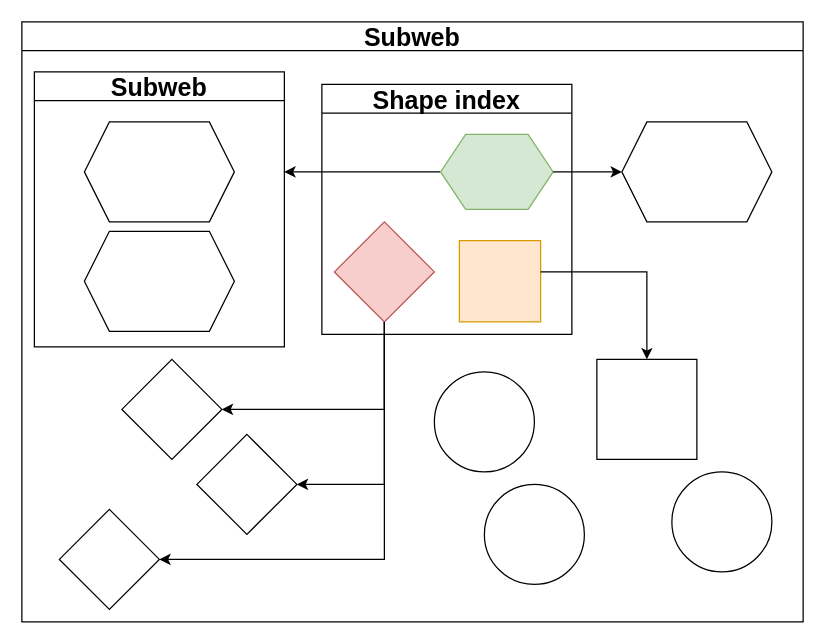
Before: pictures/shape_index.drawio in constraintAutomaton/AMW-shape-index-presentation, a draw.io diagram. Source tidied: cells renumbered, new cells numbered last; positions are measured from the earlier drawing's top-left corner, leaving out a move shared by most shapes. Both pictures are drawn from the tidied source at 125%, with x=0, y=0 at pixel (21, 21).
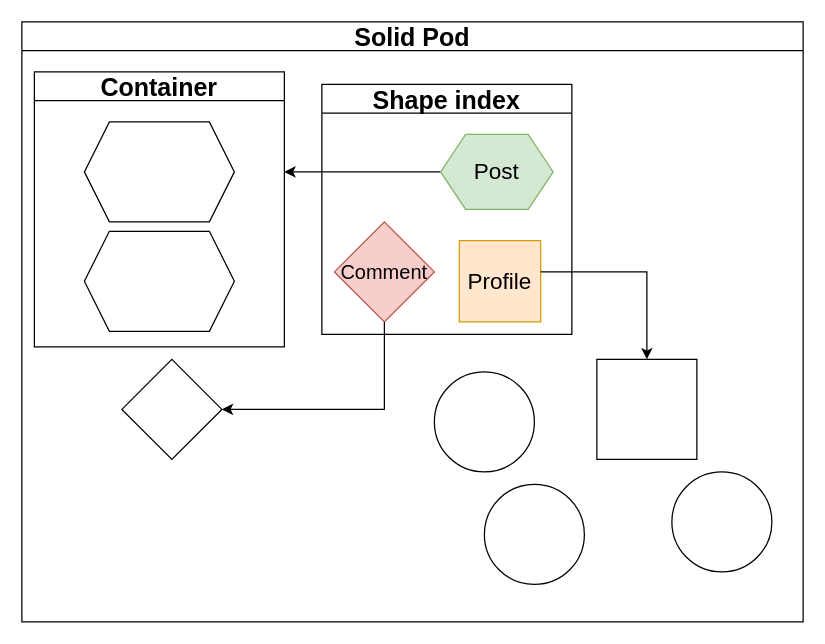
Above is the later version.

Unchanged cells that the change refers to:
```xml
<mxCell id="3" value="&lt;font style=&quot;font-size: 20px;&quot;&gt;Shape index&lt;/font&gt;" style="swimlane;whiteSpace=wrap;html=1;startSize=23;" parent="2" vertex="1">
  <mxGeometry x="240" y="50" width="200" height="200" as="geometry" />
</mxCell>
```

Diff of the diagram source:
```diff
@@
-    <mxCell id="2" value="&lt;font style=&quot;font-size: 20px;&quot;&gt;Subweb&lt;/font&gt;" style="swimlane;whiteSpace=wrap;html=1;" parent="1" vertex="1">
+    <mxCell id="2" value="&lt;font style=&quot;font-size: 20px;&quot;&gt;Solid Pod&lt;/font&gt;" style="swimlane;whiteSpace=wrap;html=1;" parent="1" vertex="1">
       <mxGeometry width="625" height="480" as="geometry" />
     </mxCell>
@@
-    <mxCell id="4" style="rhombus;whiteSpace=wrap;html=1;fillColor=#f8cecc;strokeColor=#b85450;" parent="3" vertex="1">
+    <mxCell id="4" value="&lt;font style=&quot;font-size: 16px;&quot;&gt;Comment&lt;/font&gt;" style="rhombus;whiteSpace=wrap;html=1;fillColor=#f8cecc;strokeColor=#b85450;" parent="3" vertex="1">
       <mxGeometry x="10" y="110" width="80" height="80" as="geometry" />
     </mxCell>
@@
-    <mxCell id="6" style="shape=hexagon;perimeter=hexagonPerimeter2;whiteSpace=wrap;html=1;fixedSize=1;fillColor=#d5e8d4;strokeColor=#82b366;" parent="3" vertex="1">
+    <mxCell id="6" value="&lt;font style=&quot;font-size: 18px;&quot;&gt;Post&lt;/font&gt;" style="shape=hexagon;perimeter=hexagonPerimeter2;whiteSpace=wrap;html=1;fixedSize=1;fillColor=#d5e8d4;strokeColor=#82b366;" parent="3" vertex="1">
       <mxGeometry x="95" y="40" width="90" height="60" as="geometry" />
     </mxCell>
-    <mxCell id="7" style="whiteSpace=wrap;html=1;fillColor=#ffe6cc;strokeColor=#d79b00;" parent="3" vertex="1">
+    <mxCell id="7" value="&lt;font style=&quot;font-size: 18px;&quot;&gt;Profile&lt;/font&gt;" style="whiteSpace=wrap;html=1;fillColor=#ffe6cc;strokeColor=#d79b00;" parent="3" vertex="1">
       <mxGeometry x="110" y="125" width="65" height="65" as="geometry" />
     </mxCell>
-    <mxCell id="8" style="rhombus;whiteSpace=wrap;html=1;" parent="2" vertex="1">
-      <mxGeometry x="30" y="390" width="80" height="80" as="geometry" />
-    </mxCell>
-    <mxCell id="9" style="rhombus;whiteSpace=wrap;html=1;" parent="2" vertex="1">
-      <mxGeometry x="140" y="330" width="80" height="80" as="geometry" />
-    </mxCell>
@@
-    <mxCell id="15" style="shape=hexagon;perimeter=hexagonPerimeter2;whiteSpace=wrap;html=1;fixedSize=1;" parent="2" vertex="1">
-      <mxGeometry x="480" y="80" width="120" height="80" as="geometry" />
-    </mxCell>
-    <mxCell id="16" style="edgeStyle=orthogonalEdgeStyle;rounded=0;jettySize=auto;html=1;entryX=0;entryY=0.5;entryDx=0;entryDy=0;" parent="2" edge="1" source="6" target="15">
-      <mxGeometry relative="1" as="geometry" />
-    </mxCell>
-    <mxCell id="17" value="&lt;font style=&quot;font-size: 20px;&quot;&gt;Subweb&lt;/font&gt;" style="swimlane;whiteSpace=wrap;html=1;" parent="2" vertex="1">
+    <mxCell id="17" value="&lt;font style=&quot;font-size: 20px;&quot;&gt;Container&lt;/font&gt;" style="swimlane;whiteSpace=wrap;html=1;" parent="2" vertex="1">
       <mxGeometry x="10" y="40" width="200" height="220" as="geometry" />
     </mxCell>
@@
-    <mxCell id="22" style="edgeStyle=orthogonalEdgeStyle;rounded=0;jettySize=auto;html=1;entryX=1;entryY=0.5;entryDx=0;entryDy=0;" parent="2" edge="1" source="4" target="9">
-      <mxGeometry relative="1" as="geometry">
-        <Array as="points">
-          <mxPoint x="290" y="370" />
-        </Array>
-      </mxGeometry>
-    </mxCell>
-    <mxCell id="23" style="edgeStyle=orthogonalEdgeStyle;rounded=0;jettySize=auto;html=1;entryX=1;entryY=0.5;entryDx=0;entryDy=0;" parent="2" edge="1" source="4" target="8">
-      <mxGeometry relative="1" as="geometry">
-        <Array as="points">
-          <mxPoint x="290" y="430" />
-        </Array>
-      </mxGeometry>
-    </mxCell>
```
